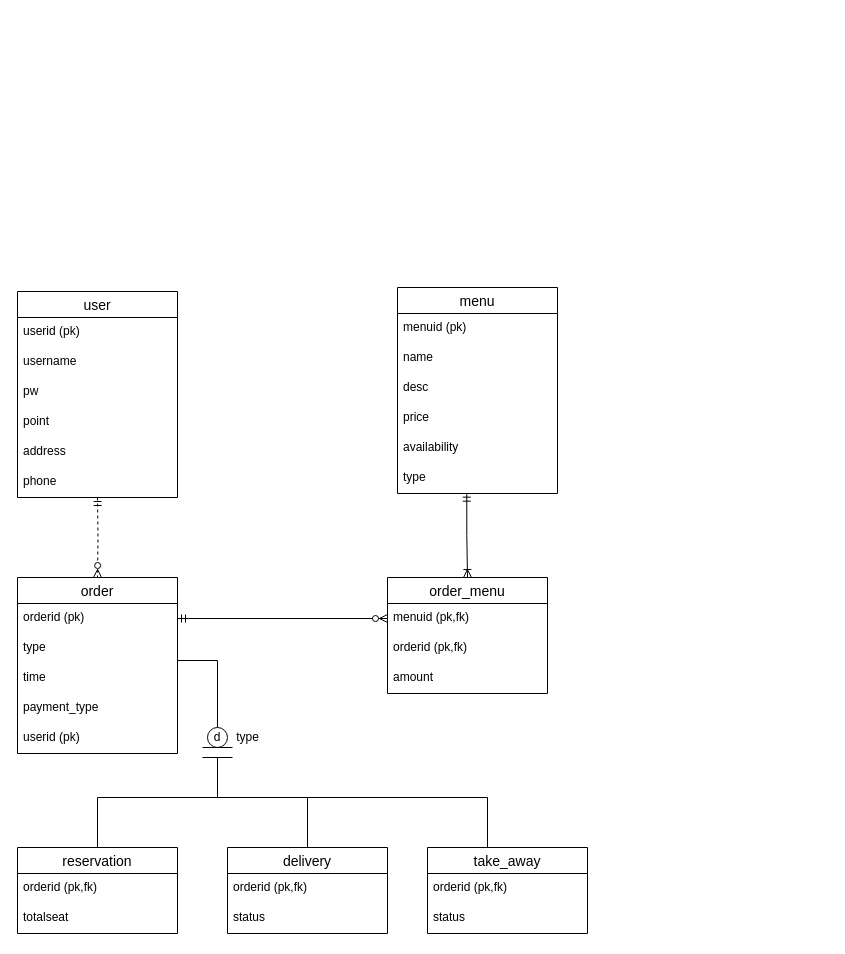
Earlier version of the draw.io diagram ERDworkshop.drawio (Najmi540/Week2ClassDiagram). Source tidied: cells renumbered, new cells numbered last; positions are measured from the earlier drawing's top-left corner, leaving out a move shared by most shapes. Both pictures are drawn from the tidied source at 100%, with x=0, y=0 at pixel (17, 287).
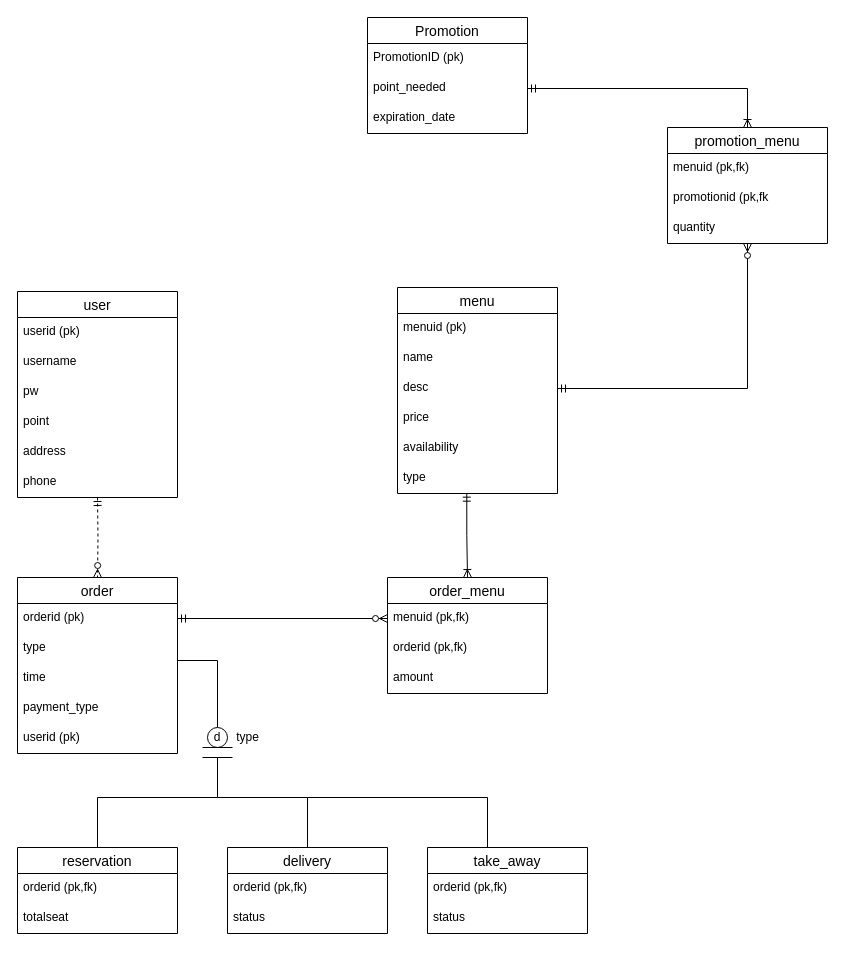
The same diagram, later.

Unchanged cells that the change refers to:
```xml
<mxCell id="12" value="desc" style="text;strokeColor=none;fillColor=none;spacingLeft=4;spacingRight=4;overflow=hidden;points=[[0,0.5],[1,0.5]];portConstraint=eastwest;fontSize=12;" parent="9" vertex="1">
  <mxGeometry y="86" width="160" height="30" as="geometry" />
</mxCell>
```

What changed in the source:
```diff
@@
+    <mxCell id="48" value="Promotion" style="swimlane;fontStyle=0;horizontal=1;startSize=26;align=center;fontSize=14;" parent="1" vertex="1">
+      <mxGeometry x="350" y="-270" width="160" height="116" as="geometry" />
+    </mxCell>
+    <mxCell id="49" value="PromotionID (pk)" style="text;strokeColor=none;fillColor=none;spacingLeft=4;spacingRight=4;overflow=hidden;fontSize=12;" parent="48" vertex="1">
+      <mxGeometry y="26" width="160" height="30" as="geometry" />
+    </mxCell>
+    <mxCell id="50" value="point_needed" style="text;strokeColor=none;fillColor=none;spacingLeft=4;spacingRight=4;overflow=hidden;points=[[0,0.5],[1,0.5]];portConstraint=eastwest;fontSize=12;" parent="48" vertex="1">
+      <mxGeometry y="56" width="160" height="30" as="geometry" />
+    </mxCell>
+    <mxCell id="51" value="expiration_date" style="text;strokeColor=none;fillColor=none;spacingLeft=4;spacingRight=4;overflow=hidden;fontSize=12;" parent="48" vertex="1">
+      <mxGeometry y="86" width="160" height="30" as="geometry" />
+    </mxCell>
+    <mxCell id="52" value="promotion_menu" style="swimlane;fontStyle=0;horizontal=1;startSize=26;align=center;fontSize=14;" parent="1" vertex="1">
+      <mxGeometry x="650" y="-160" width="160" height="116" as="geometry" />
+    </mxCell>
+    <mxCell id="53" value="menuid (pk,fk)" style="text;strokeColor=none;fillColor=none;spacingLeft=4;spacingRight=4;overflow=hidden;fontSize=12;" parent="52" vertex="1">
+      <mxGeometry y="26" width="160" height="30" as="geometry" />
+    </mxCell>
+    <mxCell id="54" value="promotionid (pk,fk" style="text;strokeColor=none;fillColor=none;spacingLeft=4;spacingRight=4;overflow=hidden;fontSize=12;" parent="52" vertex="1">
+      <mxGeometry y="56" width="160" height="30" as="geometry" />
+    </mxCell>
+    <mxCell id="55" value="quantity" style="text;strokeColor=none;fillColor=none;spacingLeft=4;spacingRight=4;overflow=hidden;fontSize=12;" parent="52" vertex="1">
+      <mxGeometry y="86" width="160" height="30" as="geometry" />
+    </mxCell>
+    <mxCell id="56" style="edgeStyle=orthogonalEdgeStyle;rounded=0;jettySize=auto;html=1;exitX=1;exitY=0.5;exitDx=0;exitDy=0;entryX=0.5;entryY=1;entryDx=0;entryDy=0;endArrow=ERzeroToMany;endFill=1;startArrow=ERmandOne;startFill=0;" parent="1" edge="1" source="12" target="52">
+      <mxGeometry relative="1" as="geometry" />
+    </mxCell>
+    <mxCell id="57" style="edgeStyle=orthogonalEdgeStyle;rounded=0;jettySize=auto;html=1;exitX=1;exitY=0.5;exitDx=0;exitDy=0;entryX=0.5;entryY=0;entryDx=0;entryDy=0;startArrow=ERmandOne;startFill=0;endArrow=ERoneToMany;endFill=0;" parent="1" edge="1" source="50" target="52">
+      <mxGeometry relative="1" as="geometry" />
+    </mxCell>
```
